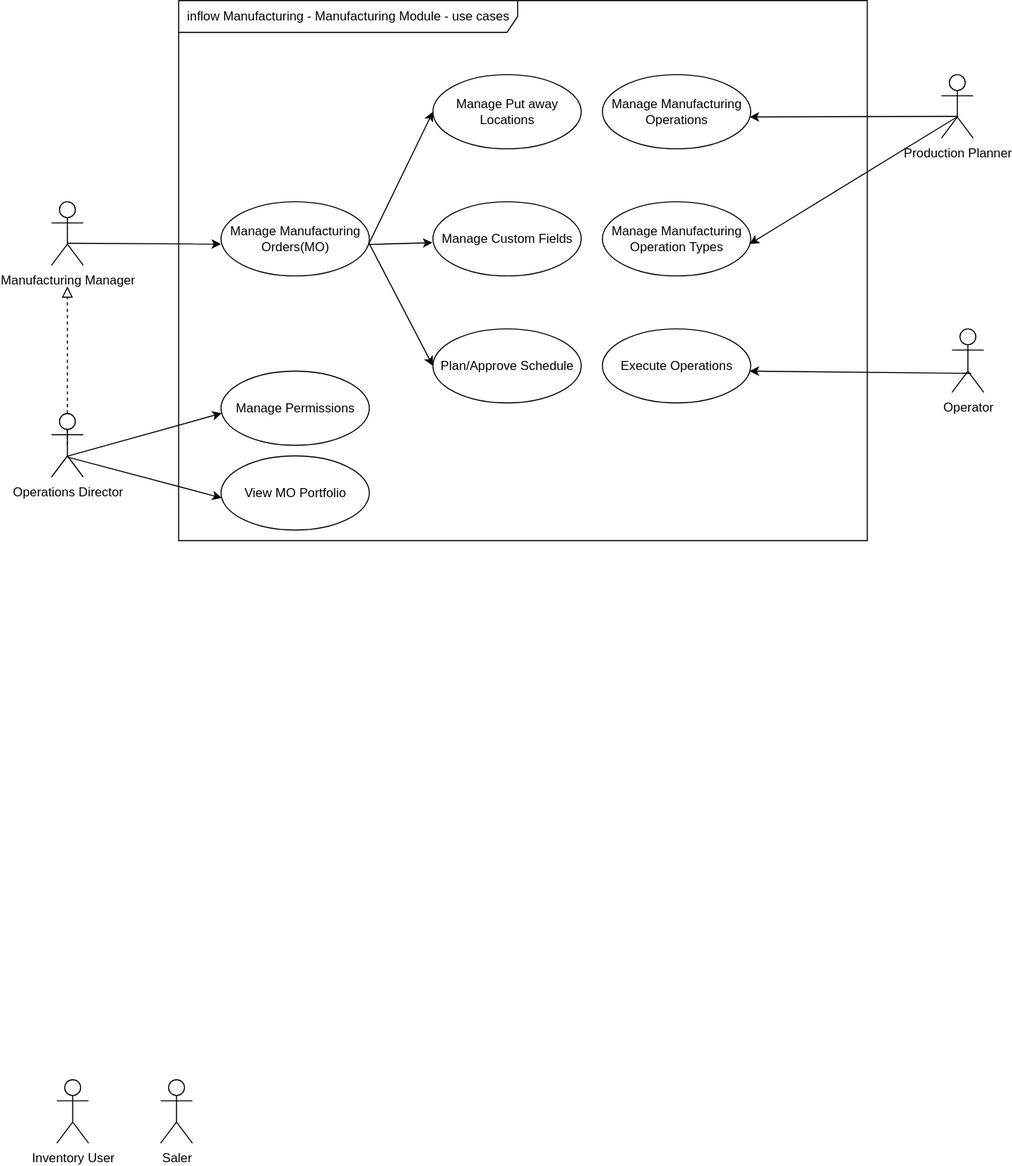
This is Document/inflowManufacturing/inFlowManufacturing_ManufacturingModule.drawio.svg from khoado-dev/YPP4-KhoaDo, a draw.io export, as it was before one commit. Source tidied: cells renumbered, new cells last; positions are measured from the earlier drawing's top-left corner, leaving out a move shared by most shapes.
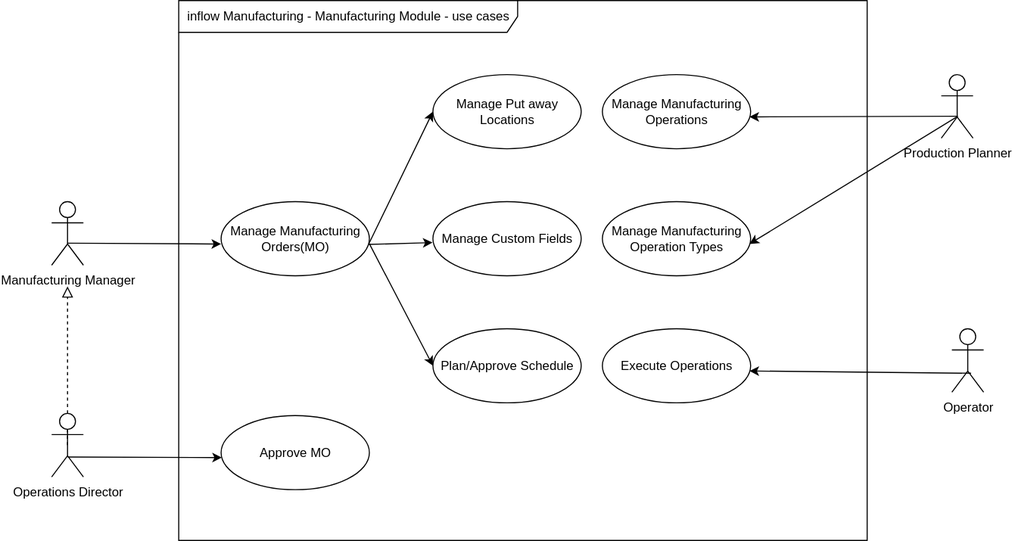
The same diagram one commit later.

Commit message:
add: add user story for sale module

What changed in the source:
```diff
@@ -8,9 +8,6 @@
     <mxCell id="3" style="rounded=0;jettySize=auto;html=1;exitX=0.508;exitY=0.655;exitDx=0;exitDy=0;exitPerimeter=0;entryX=0.992;entryY=0.57;entryDx=0;entryDy=0;entryPerimeter=0;" parent="1" edge="1" source="7" target="6">
       <mxGeometry relative="1" as="geometry" />
     </mxCell>
-    <mxCell id="4" style="rounded=0;jettySize=auto;html=1;exitX=0.502;exitY=0.67;exitDx=0;exitDy=0;exitPerimeter=0;entryX=0.005;entryY=0.567;entryDx=0;entryDy=0;entryPerimeter=0;" parent="1" edge="1" source="11" target="12">
-      <mxGeometry relative="1" as="geometry" />
-    </mxCell>
     <mxCell id="5" value="Manufacturing Manager" style="shape=umlActor;verticalLabelPosition=bottom;verticalAlign=top;html=1;" parent="1" vertex="1">
       <mxGeometry y="190" width="30" height="60" as="geometry" />
     </mxCell>
@@ -20,12 +17,6 @@
     <mxCell id="7" value="Production Planner" style="shape=umlActor;verticalLabelPosition=bottom;verticalAlign=top;html=1;" parent="1" vertex="1">
       <mxGeometry x="840" y="70" width="30" height="60" as="geometry" />
     </mxCell>
-    <mxCell id="8" value="Inventory User" style="shape=umlActor;verticalLabelPosition=bottom;verticalAlign=top;html=1;" parent="1" vertex="1">
-      <mxGeometry x="5" y="1019" width="30" height="60" as="geometry" />
-    </mxCell>
-    <mxCell id="9" value="Saler" style="shape=umlActor;verticalLabelPosition=bottom;verticalAlign=top;html=1;" parent="1" vertex="1">
-      <mxGeometry x="103" y="1019" width="30" height="60" as="geometry" />
-    </mxCell>
     <mxCell id="10" style="endArrow=block;startArrow=none;endFill=0;startFill=0;endSize=8;html=1;verticalAlign=bottom;dashed=1;labelBackgroundColor=none;rounded=0;exitX=0.5;exitY=0.5;exitDx=0;exitDy=0;exitPerimeter=0;" parent="1" edge="1" source="11">
       <mxGeometry relative="1" as="geometry">
         <mxPoint x="15" y="270" as="targetPoint" />
@@ -34,9 +25,6 @@
     <mxCell id="11" value="Operations Director" style="shape=umlActor;verticalLabelPosition=bottom;verticalAlign=top;html=1;" parent="1" vertex="1">
       <mxGeometry y="390" width="30" height="60" as="geometry" />
     </mxCell>
-    <mxCell id="12" value="&lt;div&gt;Manage Permissions&lt;/div&gt;" style="ellipse;whiteSpace=wrap;html=1;" parent="1" vertex="1">
-      <mxGeometry x="160" y="350" width="140" height="70" as="geometry" />
-    </mxCell>
     <mxCell id="13" style="rounded=0;jettySize=auto;html=1;entryX=0;entryY=0.571;entryDx=0;entryDy=0;exitX=0.492;exitY=0.653;exitDx=0;exitDy=0;exitPerimeter=0;entryPerimeter=0;" parent="1" edge="1" source="5" target="14">
       <mxGeometry relative="1" as="geometry" />
     </mxCell>
@@ -76,8 +64,8 @@
     <mxCell id="25" value="&lt;div&gt;Manage Manufacturing Operation Types&lt;/div&gt;" style="ellipse;whiteSpace=wrap;html=1;" parent="1" vertex="1">
       <mxGeometry x="520" y="190" width="140" height="70" as="geometry" />
     </mxCell>
-    <mxCell id="26" value="&lt;div&gt;View MO Portfolio&lt;/div&gt;" style="ellipse;whiteSpace=wrap;html=1;" parent="1" vertex="1">
-      <mxGeometry x="160" y="430" width="140" height="70" as="geometry" />
+    <mxCell id="26" value="&lt;div&gt;Approve&lt;span style=&quot;background-color: transparent; color: light-dark(rgb(0, 0, 0), rgb(255, 255, 255));&quot;&gt;&amp;nbsp;MO&lt;/span&gt;&lt;/div&gt;" style="ellipse;whiteSpace=wrap;html=1;" parent="1" vertex="1">
+      <mxGeometry x="160" y="392" width="140" height="70" as="geometry" />
     </mxCell>
     <mxCell id="27" style="rounded=0;jettySize=auto;html=1;exitX=0.508;exitY=0.686;exitDx=0;exitDy=0;exitPerimeter=0;entryX=0.005;entryY=0.567;entryDx=0;entryDy=0;entryPerimeter=0;" parent="1" edge="1" source="11" target="26">
       <mxGeometry relative="1" as="geometry" />
```
